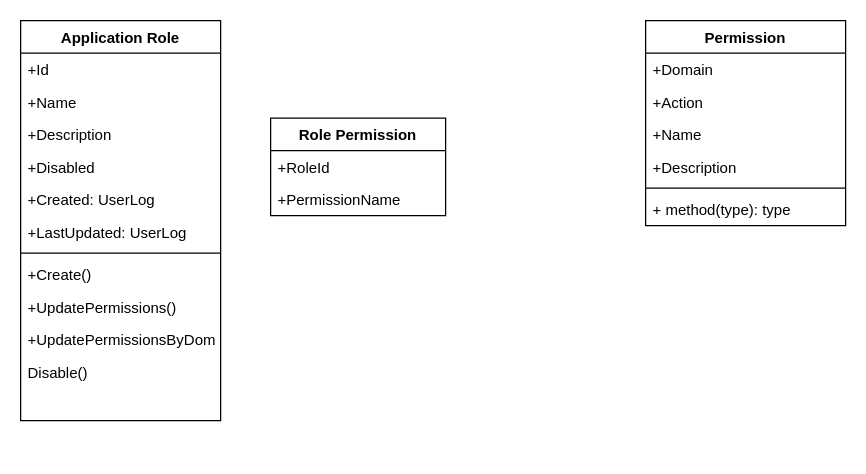
This is Role and Permission.drawio from hkdotneteam/hkdotnet.Framework, a draw.io file, before an edit. Source tidied: cells renumbered, new cells numbered last; positions are measured from the earlier drawing's top-left corner, leaving out a move shared by most shapes. Both pictures are drawn from the tidied source at 125%, with x=0, y=0 at pixel (20, 20).
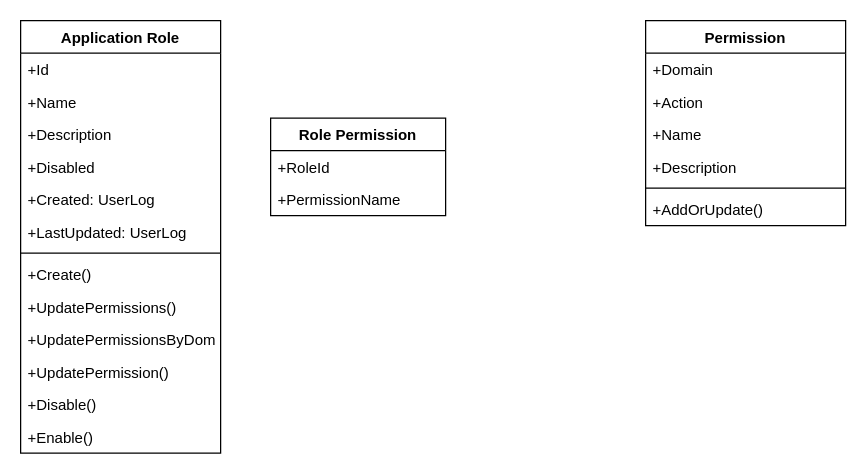
Above is the later version.

Unchanged cells that the change refers to:
```xml
<mxCell id="15" value="Permission" style="swimlane;fontStyle=1;align=center;verticalAlign=top;horizontal=1;startSize=26;" parent="1" vertex="1">
  <mxGeometry x="500" width="160" height="164" as="geometry" />
</mxCell>
```

The edit, as a diff of the source:
```diff
@@
     <mxCell id="2" value="Application Role" style="swimlane;fontStyle=1;align=center;verticalAlign=top;horizontal=1;startSize=26;" parent="1" vertex="1">
-      <mxGeometry width="160" height="320" as="geometry" />
+      <mxGeometry width="160" height="346" as="geometry" />
     </mxCell>
@@
+    <mxCell id="25" value="+UpdatePermission()" style="text;strokeColor=none;fillColor=none;align=left;verticalAlign=top;spacingLeft=4;spacingRight=4;overflow=hidden;" parent="2" vertex="1">
+      <mxGeometry y="268" width="160" height="26" as="geometry" />
+    </mxCell>
-    <mxCell id="13" value="Disable()" style="text;strokeColor=none;fillColor=none;align=left;verticalAlign=top;spacingLeft=4;spacingRight=4;overflow=hidden;" parent="2" vertex="1">
-      <mxGeometry y="268" width="160" height="26" as="geometry" />
+    <mxCell id="13" value="+Disable()" style="text;strokeColor=none;fillColor=none;align=left;verticalAlign=top;spacingLeft=4;spacingRight=4;overflow=hidden;" parent="2" vertex="1">
+      <mxGeometry y="294" width="160" height="26" as="geometry" />
     </mxCell>
-    <mxCell id="14" style="text;strokeColor=none;fillColor=none;align=left;verticalAlign=top;spacingLeft=4;spacingRight=4;overflow=hidden;" parent="2" vertex="1">
-      <mxGeometry y="294" width="160" height="26" as="geometry" />
+    <mxCell id="14" value="+Enable()" style="text;strokeColor=none;fillColor=none;align=left;verticalAlign=top;spacingLeft=4;spacingRight=4;overflow=hidden;" parent="2" vertex="1">
+      <mxGeometry y="320" width="160" height="26" as="geometry" />
     </mxCell>
@@
-    <mxCell id="21" value="+ method(type): type" style="text;strokeColor=none;fillColor=none;align=left;verticalAlign=top;spacingLeft=4;spacingRight=4;overflow=hidden;" parent="15" vertex="1">
+    <mxCell id="21" value="+AddOrUpdate()" style="text;strokeColor=none;fillColor=none;align=left;verticalAlign=top;spacingLeft=4;spacingRight=4;overflow=hidden;" parent="15" vertex="1">
       <mxGeometry y="138" width="160" height="26" as="geometry" />
     </mxCell>
```
